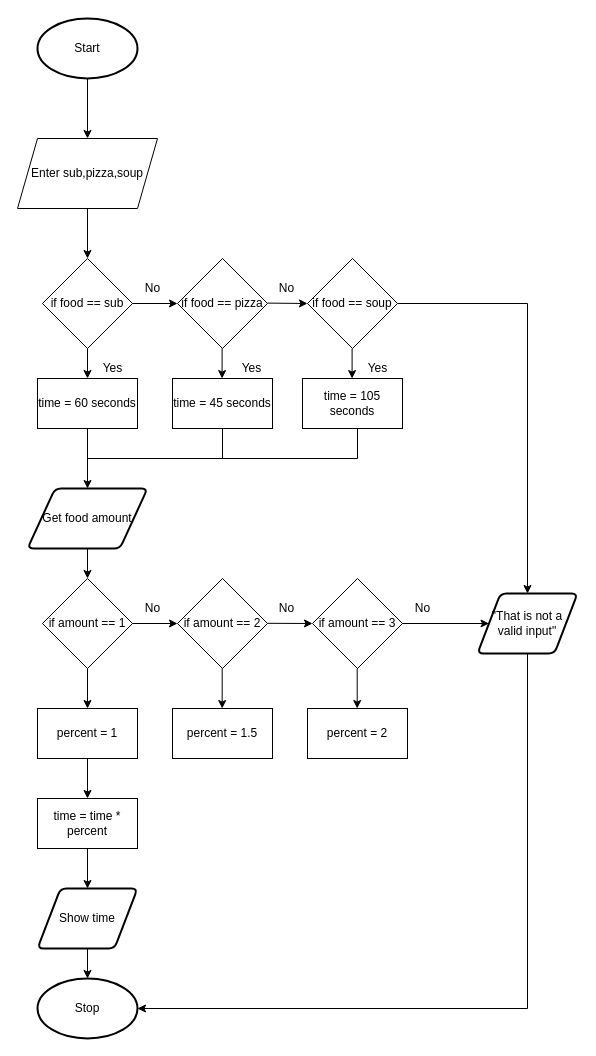
Earlier version of the draw.io diagram drawio/flowchart.drawio (noah-mccaskill/ics4u-unit1-03-typescript). Source tidied: cells renumbered, new cells numbered last; positions are measured from the earlier drawing's top-left corner, leaving out a move shared by most shapes. Both pictures are drawn from the tidied source at 100%, with x=0, y=0 at pixel (17, 18).
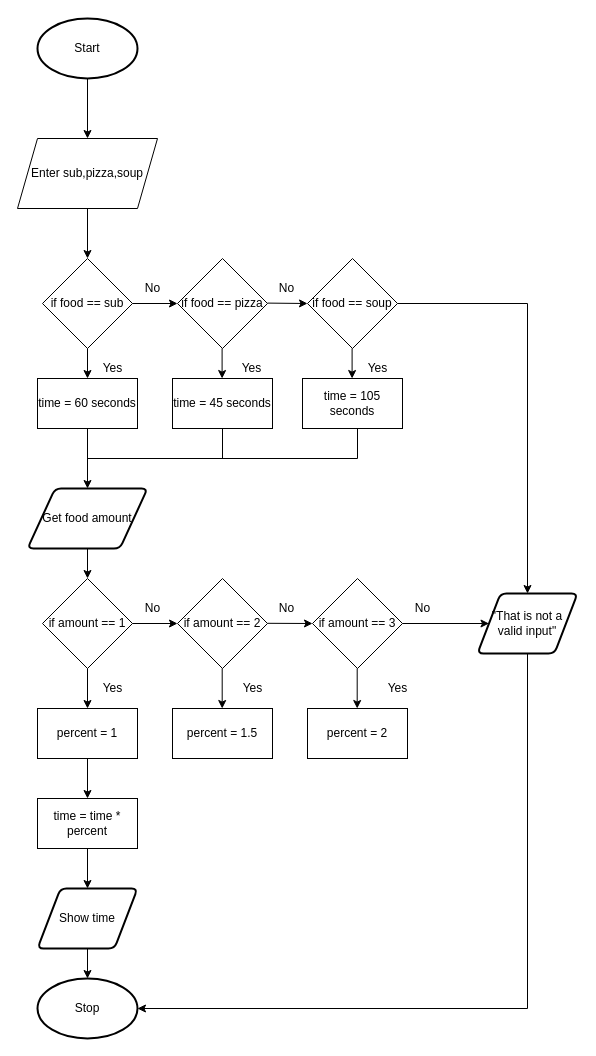
Above is the later version.

The edit, as a diff of the source:
```diff
@@
+    <mxCell id="54" value="Yes" style="text;html=1;align=center;verticalAlign=middle;strokeColor=none;fillColor=none;" parent="1" vertex="1">
+      <mxGeometry x="75" y="660" width="40" height="20" as="geometry" />
+    </mxCell>
+    <mxCell id="55" value="Yes" style="text;html=1;align=center;verticalAlign=middle;strokeColor=none;fillColor=none;" parent="1" vertex="1">
+      <mxGeometry x="215" y="660" width="40" height="20" as="geometry" />
+    </mxCell>
+    <mxCell id="56" value="Yes" style="text;html=1;align=center;verticalAlign=middle;strokeColor=none;fillColor=none;" parent="1" vertex="1">
+      <mxGeometry x="360" y="660" width="40" height="20" as="geometry" />
+    </mxCell>
```
